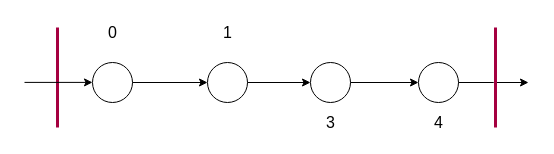
Earlier version of the draw.io diagram page "composition_nfts_extension_final" (5 of 8) of obrazky-figures/jumps_synchronization.drawio (Adda0/Transducers-in-Automata-Library-Mata). Source tidied: cells renumbered, new cells numbered last; positions are measured from the earlier drawing's top-left corner, leaving out a move shared by most shapes. Both pictures are drawn from the tidied source at 100%, with x=0, y=0 at pixel (24, 17).
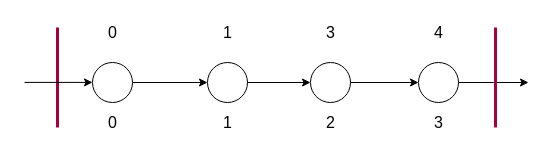
The same diagram, later.

Commit message (it also covers changes not shown here):
Add figures to composition

Change to the diagram source:
```diff
@@
     <mxCell id="12" value="3" style="text;html=1;align=center;verticalAlign=middle;strokeColor=none;fillColor=none;strokeWidth=1;fontSize=16;" parent="1" vertex="1">
-      <mxGeometry x="291" y="90" width="30" height="30" as="geometry" />
+      <mxGeometry x="291" width="30" height="30" as="geometry" />
     </mxCell>
     <mxCell id="13" value="4" style="text;html=1;align=center;verticalAlign=middle;strokeColor=none;fillColor=none;strokeWidth=1;fontSize=16;" parent="1" vertex="1">
-      <mxGeometry x="399" y="90" width="30" height="30" as="geometry" />
+      <mxGeometry x="399" width="30" height="30" as="geometry" />
     </mxCell>
@@
+    <mxCell id="17" value="0" style="text;html=1;align=center;verticalAlign=middle;strokeColor=none;fillColor=none;strokeWidth=1;fontSize=16;" parent="1" vertex="1">
+      <mxGeometry x="73" y="90" width="30" height="30" as="geometry" />
+    </mxCell>
+    <mxCell id="18" value="1" style="text;html=1;align=center;verticalAlign=middle;strokeColor=none;fillColor=none;strokeWidth=1;fontSize=16;" parent="1" vertex="1">
+      <mxGeometry x="188" y="90" width="30" height="30" as="geometry" />
+    </mxCell>
+    <mxCell id="19" value="2" style="text;html=1;align=center;verticalAlign=middle;strokeColor=none;fillColor=none;strokeWidth=1;fontSize=16;" parent="1" vertex="1">
+      <mxGeometry x="291" y="90" width="30" height="30" as="geometry" />
+    </mxCell>
+    <mxCell id="20" value="3" style="text;html=1;align=center;verticalAlign=middle;strokeColor=none;fillColor=none;strokeWidth=1;fontSize=16;" parent="1" vertex="1">
+      <mxGeometry x="399" y="90" width="30" height="30" as="geometry" />
+    </mxCell>
```
